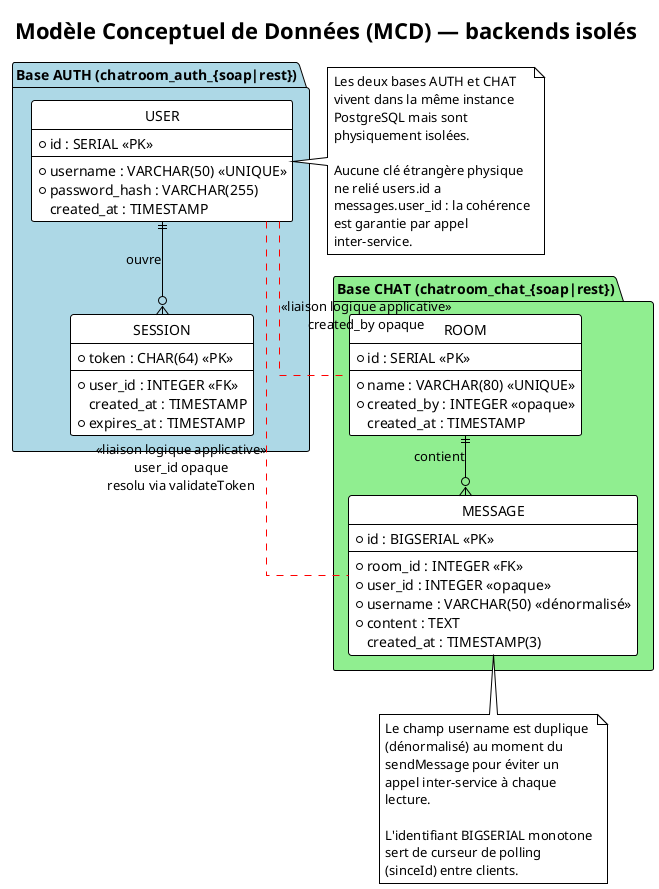
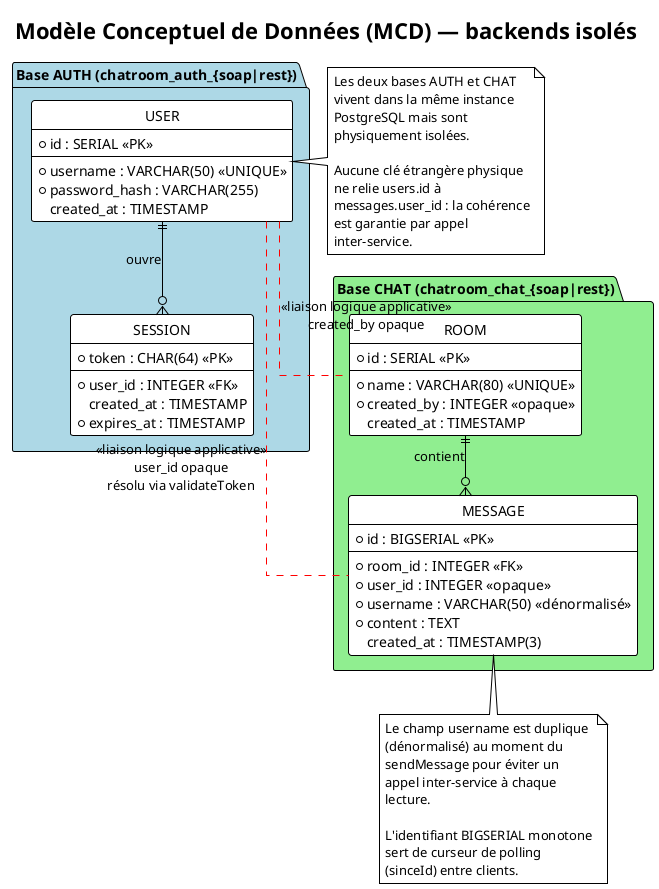
@startuml mcd
!theme plain
skinparam backgroundColor #FFFFFF
skinparam linetype ortho
hide circle
hide empty members

title Modèle Conceptuel de Données (MCD) — backends isolés

package "Base AUTH (chatroom_auth_{soap|rest})" #LightBlue {
  entity "USER" as user {
    * id : SERIAL <<PK>>
    --
    * username : VARCHAR(50) <<UNIQUE>>
    * password_hash : VARCHAR(255)
    created_at : TIMESTAMP
  }

  entity "SESSION" as session {
    * token : CHAR(64) <<PK>>
    --
    * user_id : INTEGER <<FK>>
    created_at : TIMESTAMP
    * expires_at : TIMESTAMP
  }
}

package "Base CHAT (chatroom_chat_{soap|rest})" #LightGreen {
  entity "ROOM" as room {
    * id : SERIAL <<PK>>
    --
    * name : VARCHAR(80) <<UNIQUE>>
    * created_by : INTEGER <<opaque>>
    created_at : TIMESTAMP
  }

  entity "MESSAGE" as message {
    * id : BIGSERIAL <<PK>>
    --
    * room_id : INTEGER <<FK>>
    * user_id : INTEGER <<opaque>>
    * username : VARCHAR(50) <<dénormalisé>>
    * content : TEXT
    created_at : TIMESTAMP(3)
  }
}

user ||--o{ session : "ouvre"
room ||--o{ message : "contient"

- user .[#red,dashed]. message : "<<liaison logique applicative>>\nuser_id opaque\nresolu via validateToken"
+ user .[#red,dashed]. message : "<<liaison logique applicative>>\nuser_id opaque\nrésolu via validateToken"
user .[#red,dashed]. room : "<<liaison logique applicative>>\ncreated_by opaque"

note bottom of message
  Le champ username est duplique
  (dénormalisé) au moment du
  sendMessage pour éviter un
  appel inter-service à chaque
  lecture.

  L'identifiant BIGSERIAL monotone
  sert de curseur de polling
  (sinceId) entre clients.
end note

note right of user
  Les deux bases AUTH et CHAT
  vivent dans la même instance
  PostgreSQL mais sont
  physiquement isolées.

  Aucune clé étrangère physique
-   ne relié users.id a
+   ne relie users.id à
  messages.user_id : la cohérence
  est garantie par appel
  inter-service.
end note

@enduml
